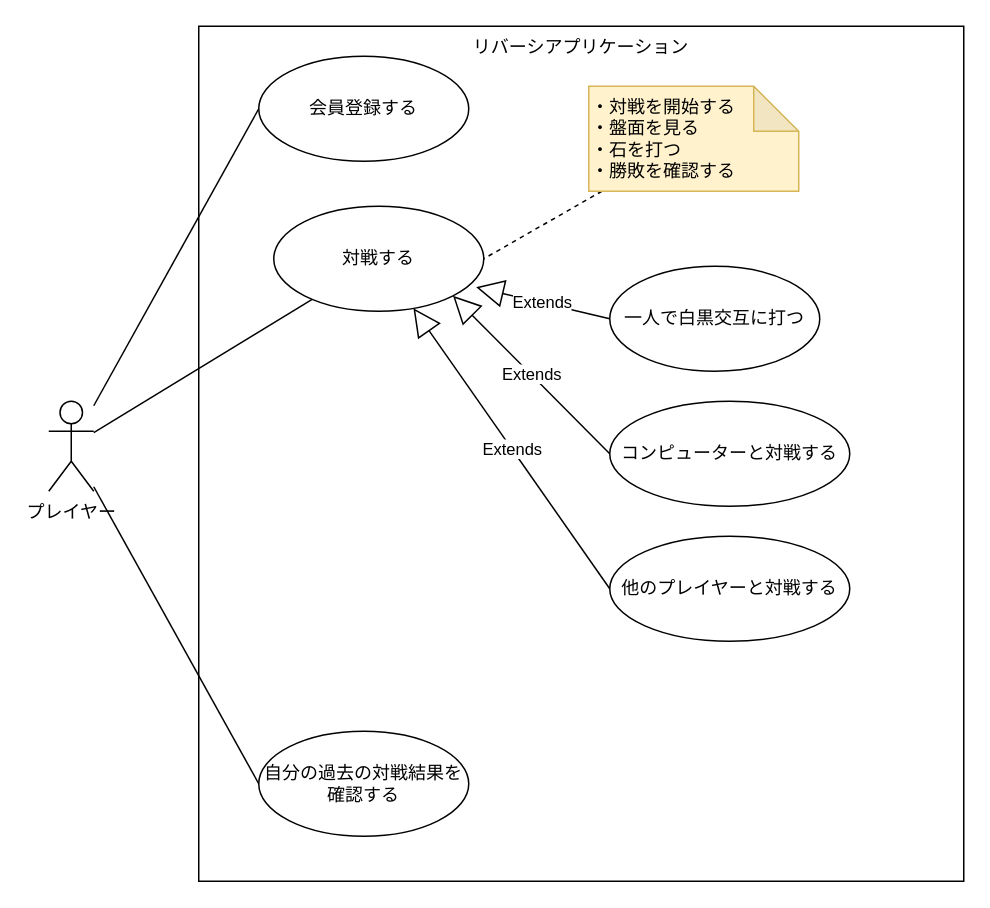
The draw.io diagram docs/usecase.drawio in TOnodera/oop-reversi, before the edit. Source tidied: cells renumbered, new cells numbered last; positions are measured from the earlier drawing's top-left corner, leaving out a move shared by most shapes. Both pictures are drawn from the tidied source at 150%, with x=0, y=0 at pixel (48, 26).
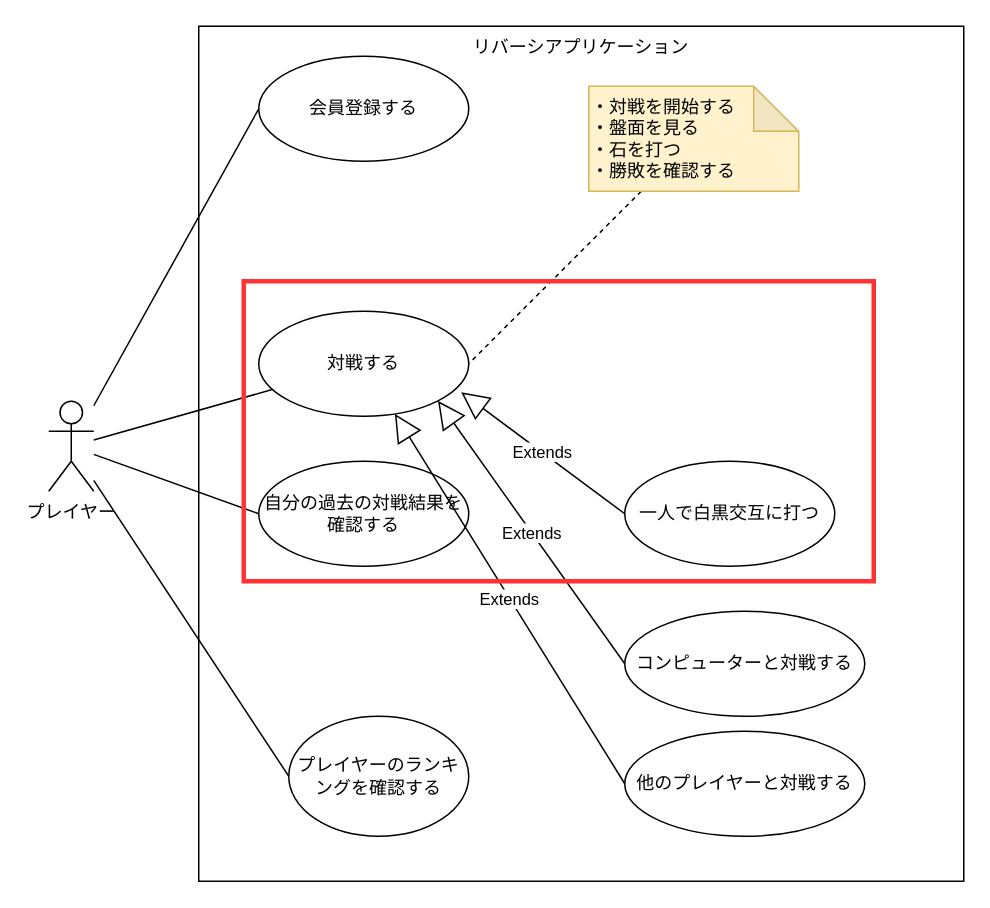
The same diagram, later.

The change refers to these unchanged cells:
```xml
<mxCell id="6" value="プレイヤー" style="shape=umlActor;verticalLabelPosition=bottom;verticalAlign=top;html=1;outlineConnect=0;fillColor=none;" parent="1" vertex="1">
  <mxGeometry y="250" width="30" height="60" as="geometry" />
</mxCell>
```

The edit, as a diff of the source:
```diff
@@
+    <mxCell id="18" style="edgeStyle=none;html=1;entryX=0;entryY=0.5;entryDx=0;entryDy=0;startArrow=none;startFill=0;endArrow=none;endFill=0;" parent="1" edge="1" source="6" target="19">
+      <mxGeometry relative="1" as="geometry" />
+    </mxCell>
@@
     <mxCell id="7" value="対戦する" style="ellipse;whiteSpace=wrap;html=1;fillColor=none;" parent="1" vertex="1">
-      <mxGeometry x="150" y="120" width="140" height="70" as="geometry" />
+      <mxGeometry x="140" y="190" width="140" height="70" as="geometry" />
     </mxCell>
@@
     <mxCell id="11" value="自分の過去の対戦結果を確認する" style="ellipse;whiteSpace=wrap;html=1;fillColor=none;" parent="1" vertex="1">
-      <mxGeometry x="140" y="470" width="140" height="70" as="geometry" />
+      <mxGeometry x="140" y="290" width="140" height="70" as="geometry" />
     </mxCell>
     <mxCell id="12" value="一人で白黒交互に打つ" style="ellipse;whiteSpace=wrap;html=1;fillColor=none;" parent="1" vertex="1">
-      <mxGeometry x="374" y="160" width="140" height="70" as="geometry" />
+      <mxGeometry x="384" y="290" width="140" height="70" as="geometry" />
     </mxCell>
     <mxCell id="13" value="コンピューターと対戦する" style="ellipse;whiteSpace=wrap;html=1;fillColor=none;" parent="1" vertex="1">
-      <mxGeometry x="374" y="250" width="160" height="70" as="geometry" />
+      <mxGeometry x="384" y="390" width="160" height="70" as="geometry" />
     </mxCell>
     <mxCell id="14" value="他のプレイヤーと対戦する" style="ellipse;whiteSpace=wrap;html=1;fillColor=none;" parent="1" vertex="1">
-      <mxGeometry x="374" y="340" width="160" height="70" as="geometry" />
+      <mxGeometry x="384" y="470" width="160" height="70" as="geometry" />
     </mxCell>
@@
+    <mxCell id="19" value="プレイヤーのランキングを確認する" style="ellipse;whiteSpace=wrap;html=1;fillColor=none;" parent="1" vertex="1">
+      <mxGeometry x="160" y="460" width="120" height="80" as="geometry" />
+    </mxCell>
+    <mxCell id="20" style="rounded=0;whiteSpace=wrap;html=1;fillColor=none;strokeColor=#FF3333;strokeWidth=3;" parent="1" vertex="1">
+      <mxGeometry x="130" y="170" width="420" height="200" as="geometry" />
+    </mxCell>
```
